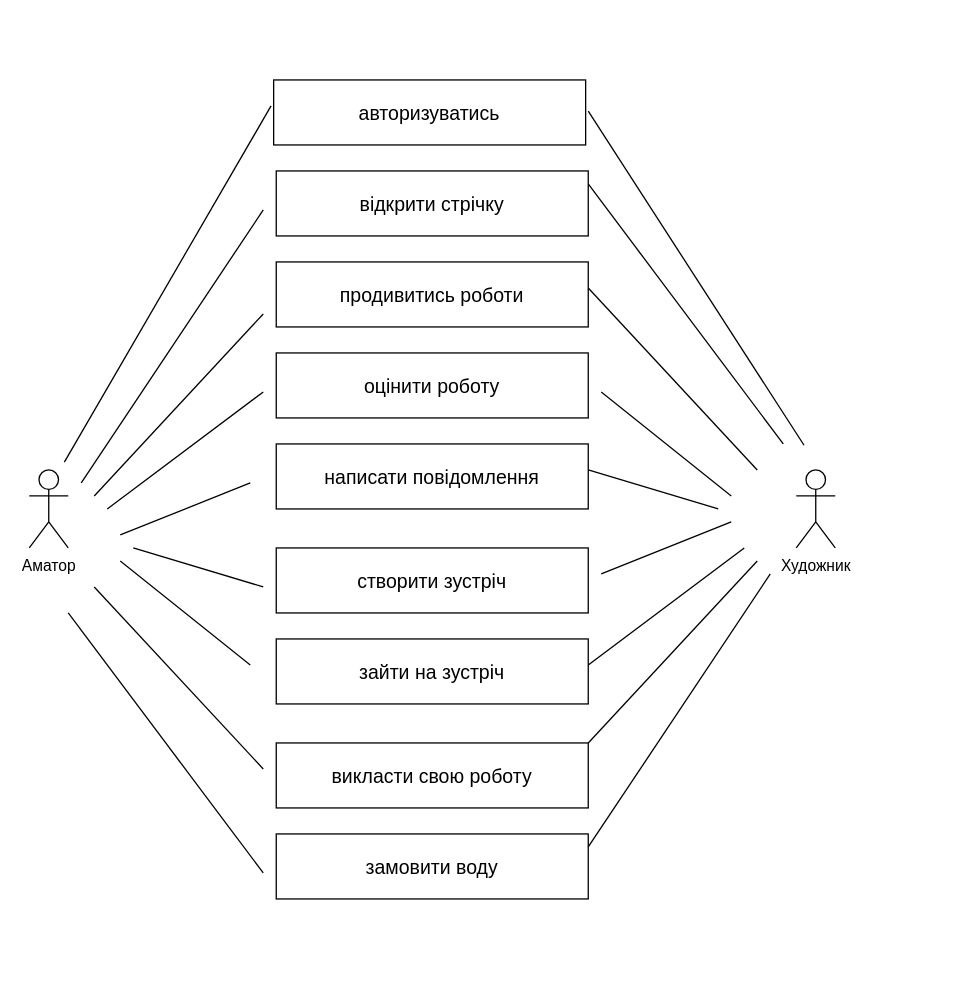
Before: 1-SoftwareRequirements/1.3-SoftwareUserRequirements/1.3.3-UseCaseDiagram/UseCaseDiagram.drawio in oleksandrblazhko/ai-216-asetyanov, a draw.io diagram. Source tidied: cells renumbered, new cells numbered last; positions are measured from the earlier drawing's top-left corner, leaving out a move shared by most shapes. Both pictures are drawn from the tidied source at 130%, with x=0, y=0 at pixel (29, 79).
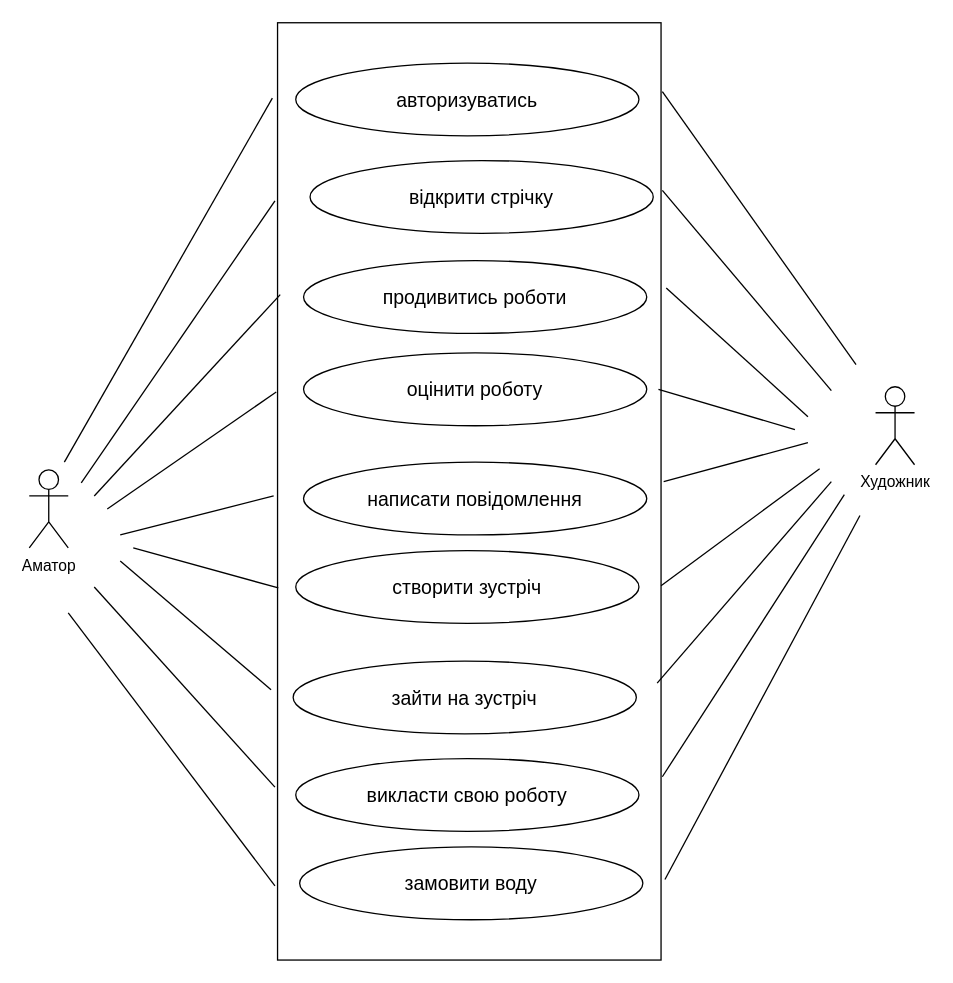
The same diagram, later.

The edit, as a diff of the source:
```diff
@@
+    <mxCell id="32" style="rounded=0;whiteSpace=wrap;html=1;" parent="1" vertex="1">
+      <mxGeometry x="191" y="-44" width="295" height="721" as="geometry" />
+    </mxCell>
@@
     <mxCell id="3" value="Художник&lt;br&gt;" style="shape=umlActor;verticalLabelPosition=bottom;verticalAlign=top;html=1;" parent="1" vertex="1">
-      <mxGeometry x="590" y="300" width="30" height="60" as="geometry" />
+      <mxGeometry x="651" y="236" width="30" height="60" as="geometry" />
     </mxCell>
-    <mxCell id="4" value="відкрити стрічку" style="rounded=0;whiteSpace=wrap;html=1;fontSize=15;" parent="1" vertex="1">
-      <mxGeometry x="190" y="70" width="240" height="50" as="geometry" />
-    </mxCell>
-    <mxCell id="5" value="продивитись роботи" style="rounded=0;whiteSpace=wrap;html=1;fontSize=15;" parent="1" vertex="1">
-      <mxGeometry x="190" y="140" width="240" height="50" as="geometry" />
-    </mxCell>
-    <mxCell id="6" value="оцінити роботу" style="rounded=0;whiteSpace=wrap;html=1;fontSize=15;" parent="1" vertex="1">
-      <mxGeometry x="190" y="210" width="240" height="50" as="geometry" />
-    </mxCell>
-    <mxCell id="7" value="зайти на зустріч" style="rounded=0;whiteSpace=wrap;html=1;fontSize=15;" parent="1" vertex="1">
-      <mxGeometry x="190" y="430" width="240" height="50" as="geometry" />
-    </mxCell>
-    <mxCell id="8" value="написати повідомлення" style="rounded=0;whiteSpace=wrap;html=1;fontSize=15;" parent="1" vertex="1">
-      <mxGeometry x="190" y="280" width="240" height="50" as="geometry" />
-    </mxCell>
-    <mxCell id="9" value="замовити воду" style="rounded=0;whiteSpace=wrap;html=1;fontSize=15;" parent="1" vertex="1">
-      <mxGeometry x="190" y="580" width="240" height="50" as="geometry" />
-    </mxCell>
-    <mxCell id="10" value="викласти свою роботу" style="rounded=0;whiteSpace=wrap;html=1;fontSize=15;" parent="1" vertex="1">
-      <mxGeometry x="190" y="510" width="240" height="50" as="geometry" />
-    </mxCell>
-    <mxCell id="11" value="створити зустріч" style="rounded=0;whiteSpace=wrap;html=1;fontSize=15;" parent="1" vertex="1">
-      <mxGeometry x="190" y="360" width="240" height="50" as="geometry" />
-    </mxCell>
     <mxCell id="12" style="endArrow=none;html=1;rounded=0;fontSize=15;" parent="1" edge="1">
       <mxGeometry relative="1" as="geometry">
         <mxPoint x="40" y="310" as="sourcePoint" />
-        <mxPoint x="180" y="100" as="targetPoint" />
+        <mxPoint x="189" y="93" as="targetPoint" />
       </mxGeometry>
     </mxCell>
-    <mxCell id="13" style="endArrow=none;html=1;rounded=0;fontSize=15;" parent="1" edge="1">
+    <mxCell id="13" style="endArrow=none;html=1;rounded=0;fontSize=15;entryX=0.007;entryY=0.29;entryDx=0;entryDy=0;entryPerimeter=0;" parent="1" edge="1" target="32">
       <mxGeometry relative="1" as="geometry">
         <mxPoint x="50" y="320" as="sourcePoint" />
-        <mxPoint x="180" y="180" as="targetPoint" />
       </mxGeometry>
     </mxCell>
     <mxCell id="14" style="endArrow=none;html=1;rounded=0;fontSize=15;" parent="1" edge="1">
       <mxGeometry relative="1" as="geometry">
         <mxPoint x="60" y="330" as="sourcePoint" />
-        <mxPoint x="180" y="240" as="targetPoint" />
+        <mxPoint x="190" y="240" as="targetPoint" />
       </mxGeometry>
     </mxCell>
     <mxCell id="15" style="endArrow=none;html=1;rounded=0;fontSize=15;" parent="1" edge="1">
       <mxGeometry relative="1" as="geometry">
         <mxPoint x="70" y="350" as="sourcePoint" />
-        <mxPoint x="170" y="310" as="targetPoint" />
+        <mxPoint x="188" y="320" as="targetPoint" />
       </mxGeometry>
     </mxCell>
     <mxCell id="16" style="endArrow=none;html=1;rounded=0;fontSize=15;" parent="1" edge="1">
       <mxGeometry relative="1" as="geometry">
-        <mxPoint x="180" y="610" as="sourcePoint" />
+        <mxPoint x="189" y="620" as="sourcePoint" />
         <mxPoint x="30" y="410" as="targetPoint" />
       </mxGeometry>
     </mxCell>
-    <mxCell id="17" style="endArrow=none;html=1;rounded=0;fontSize=15;" parent="1" edge="1">
+    <mxCell id="17" style="endArrow=none;html=1;rounded=0;fontSize=15;entryX=0.002;entryY=0.603;entryDx=0;entryDy=0;entryPerimeter=0;" parent="1" edge="1" target="32">
       <mxGeometry relative="1" as="geometry">
         <mxPoint x="80" y="360" as="sourcePoint" />
-        <mxPoint x="180" y="390" as="targetPoint" />
       </mxGeometry>
     </mxCell>
     <mxCell id="18" style="endArrow=none;html=1;rounded=0;fontSize=15;" parent="1" edge="1">
       <mxGeometry relative="1" as="geometry">
         <mxPoint x="70" y="370" as="sourcePoint" />
-        <mxPoint x="170" y="450" as="targetPoint" />
+        <mxPoint x="186" y="469" as="targetPoint" />
       </mxGeometry>
     </mxCell>
     <mxCell id="19" style="endArrow=none;html=1;rounded=0;fontSize=15;" parent="1" edge="1">
       <mxGeometry relative="1" as="geometry">
-        <mxPoint x="180" y="530" as="sourcePoint" />
+        <mxPoint x="189" y="544" as="sourcePoint" />
         <mxPoint x="50" y="390" as="targetPoint" />
       </mxGeometry>
     </mxCell>
-    <mxCell id="20" style="group;rotation=-180;" parent="1" vertex="1">
-      <mxGeometry x="430" y="80" width="150" height="510" as="geometry" />
-    </mxCell>
-    <mxCell id="21" style="endArrow=none;html=1;rounded=0;fontSize=15;" parent="20" edge="1">
-      <mxGeometry relative="1" as="geometry">
-        <mxPoint x="140" y="300" as="sourcePoint" />
-        <mxPoint y="510" as="targetPoint" />
-      </mxGeometry>
-    </mxCell>
-    <mxCell id="22" style="endArrow=none;html=1;rounded=0;fontSize=15;" parent="20" edge="1">
-      <mxGeometry relative="1" as="geometry">
-        <mxPoint x="130" y="290" as="sourcePoint" />
-        <mxPoint y="430" as="targetPoint" />
-      </mxGeometry>
-    </mxCell>
-    <mxCell id="23" style="endArrow=none;html=1;rounded=0;fontSize=15;" parent="20" edge="1">
-      <mxGeometry relative="1" as="geometry">
-        <mxPoint x="120" y="280" as="sourcePoint" />
-        <mxPoint y="370" as="targetPoint" />
-      </mxGeometry>
-    </mxCell>
-    <mxCell id="24" style="endArrow=none;html=1;rounded=0;fontSize=15;" parent="20" edge="1">
-      <mxGeometry relative="1" as="geometry">
-        <mxPoint x="110" y="260" as="sourcePoint" />
-        <mxPoint x="10" y="300" as="targetPoint" />
-      </mxGeometry>
-    </mxCell>
-    <mxCell id="25" style="endArrow=none;html=1;rounded=0;fontSize=15;" parent="20" edge="1">
-      <mxGeometry relative="1" as="geometry">
-        <mxPoint as="sourcePoint" />
-        <mxPoint x="150" y="200" as="targetPoint" />
-      </mxGeometry>
-    </mxCell>
-    <mxCell id="26" style="endArrow=none;html=1;rounded=0;fontSize=15;" parent="20" edge="1">
-      <mxGeometry relative="1" as="geometry">
-        <mxPoint x="100" y="250" as="sourcePoint" />
-        <mxPoint y="220" as="targetPoint" />
-      </mxGeometry>
-    </mxCell>
-    <mxCell id="27" style="endArrow=none;html=1;rounded=0;fontSize=15;" parent="20" edge="1">
-      <mxGeometry relative="1" as="geometry">
-        <mxPoint x="110" y="240" as="sourcePoint" />
-        <mxPoint x="10" y="160" as="targetPoint" />
-      </mxGeometry>
-    </mxCell>
-    <mxCell id="28" style="endArrow=none;html=1;rounded=0;fontSize=15;" parent="20" edge="1">
-      <mxGeometry relative="1" as="geometry">
-        <mxPoint y="80" as="sourcePoint" />
-        <mxPoint x="130" y="220" as="targetPoint" />
-      </mxGeometry>
-    </mxCell>
+    <mxCell id="30" style="endArrow=none;html=1;rounded=0;fontSize=15;" parent="1" edge="1">
+      <mxGeometry relative="1" as="geometry">
+        <mxPoint x="27" y="294" as="sourcePoint" />
+        <mxPoint x="187" y="14" as="targetPoint" />
+      </mxGeometry>
+    </mxCell>
-    <mxCell id="29" value="авторизуватись&lt;br&gt;" style="rounded=0;whiteSpace=wrap;html=1;fontSize=15;" parent="1" vertex="1">
-      <mxGeometry x="188" width="240" height="50" as="geometry" />
+    <mxCell id="29" value="&lt;span style=&quot;font-size: 15px&quot;&gt;авторизуватись&lt;/span&gt;" style="ellipse;whiteSpace=wrap;html=1;" parent="1" vertex="1">
+      <mxGeometry x="205" y="-13" width="264" height="56" as="geometry" />
     </mxCell>
-    <mxCell id="30" style="endArrow=none;html=1;rounded=0;fontSize=15;" parent="1" edge="1">
-      <mxGeometry relative="1" as="geometry">
-        <mxPoint x="27" y="294" as="sourcePoint" />
-        <mxPoint x="186" y="20" as="targetPoint" />
-      </mxGeometry>
-    </mxCell>
-    <mxCell id="31" style="endArrow=none;html=1;rounded=0;fontSize=15;" parent="1" edge="1">
-      <mxGeometry relative="1" as="geometry">
-        <mxPoint x="596" y="281" as="sourcePoint" />
-        <mxPoint x="430" y="24" as="targetPoint" />
-      </mxGeometry>
-    </mxCell>
+    <mxCell id="4" value="&lt;span style=&quot;font-size: 15px&quot;&gt;відкрити стрічку&lt;/span&gt;" style="ellipse;whiteSpace=wrap;html=1;" parent="1" vertex="1">
+      <mxGeometry x="216" y="62" width="264" height="56" as="geometry" />
+    </mxCell>
+    <mxCell id="5" value="&lt;span style=&quot;font-size: 15px&quot;&gt;продивитись роботи&lt;/span&gt;" style="ellipse;whiteSpace=wrap;html=1;" parent="1" vertex="1">
+      <mxGeometry x="211" y="139" width="264" height="56" as="geometry" />
+    </mxCell>
+    <mxCell id="6" value="&lt;span style=&quot;font-size: 15px&quot;&gt;оцінити роботу&lt;/span&gt;" style="ellipse;whiteSpace=wrap;html=1;" parent="1" vertex="1">
+      <mxGeometry x="211" y="210" width="264" height="56" as="geometry" />
+    </mxCell>
+    <mxCell id="8" value="&lt;span style=&quot;font-size: 15px&quot;&gt;написати повідомлення&lt;/span&gt;" style="ellipse;whiteSpace=wrap;html=1;" parent="1" vertex="1">
+      <mxGeometry x="211" y="294" width="264" height="56" as="geometry" />
+    </mxCell>
+    <mxCell id="11" value="&lt;span style=&quot;font-size: 15px&quot;&gt;створити зустріч&lt;/span&gt;" style="ellipse;whiteSpace=wrap;html=1;" parent="1" vertex="1">
+      <mxGeometry x="205" y="362" width="264" height="56" as="geometry" />
+    </mxCell>
+    <mxCell id="7" value="&lt;span style=&quot;font-size: 15px&quot;&gt;зайти на зустріч&lt;/span&gt;" style="ellipse;whiteSpace=wrap;html=1;" parent="1" vertex="1">
+      <mxGeometry x="203" y="447" width="264" height="56" as="geometry" />
+    </mxCell>
+    <mxCell id="10" value="&lt;span style=&quot;font-size: 15px&quot;&gt;викласти свою роботу&lt;/span&gt;" style="ellipse;whiteSpace=wrap;html=1;" parent="1" vertex="1">
+      <mxGeometry x="205" y="522" width="264" height="56" as="geometry" />
+    </mxCell>
+    <mxCell id="9" value="&lt;span style=&quot;font-size: 15px&quot;&gt;замовити воду&lt;/span&gt;" style="ellipse;whiteSpace=wrap;html=1;" parent="1" vertex="1">
+      <mxGeometry x="208" y="590" width="264" height="56" as="geometry" />
+    </mxCell>
+    <mxCell id="33" style="edgeStyle=orthogonalEdgeStyle;rounded=0;orthogonalLoop=1;jettySize=auto;html=1;exitX=0.5;exitY=1;exitDx=0;exitDy=0;" parent="1" edge="1" source="6" target="6">
+      <mxGeometry relative="1" as="geometry" />
+    </mxCell>
+    <mxCell id="34" style="group;rotation=-180;" parent="1" vertex="1">
+      <mxGeometry x="483" y="9" width="156" height="606" as="geometry" />
+    </mxCell>
+    <mxCell id="35" style="endArrow=none;html=1;rounded=0;fontSize=15;" parent="34" edge="1">
+      <mxGeometry relative="1" as="geometry">
+        <mxPoint x="144" y="310" as="sourcePoint" />
+        <mxPoint x="4" y="527" as="targetPoint" />
+      </mxGeometry>
+    </mxCell>
+    <mxCell id="36" style="endArrow=none;html=1;rounded=0;fontSize=15;entryX=0.007;entryY=0.29;entryDx=0;entryDy=0;entryPerimeter=0;" parent="34" edge="1">
+      <mxGeometry relative="1" as="geometry">
+        <mxPoint x="134" y="300" as="sourcePoint" />
+        <mxPoint y="455" as="targetPoint" />
+      </mxGeometry>
+    </mxCell>
+    <mxCell id="37" style="endArrow=none;html=1;rounded=0;fontSize=15;" parent="34" edge="1">
+      <mxGeometry relative="1" as="geometry">
+        <mxPoint x="125" y="290" as="sourcePoint" />
+        <mxPoint x="3" y="380" as="targetPoint" />
+      </mxGeometry>
+    </mxCell>
+    <mxCell id="38" style="endArrow=none;html=1;rounded=0;fontSize=15;" parent="34" edge="1">
+      <mxGeometry relative="1" as="geometry">
+        <mxPoint x="116" y="270" as="sourcePoint" />
+        <mxPoint x="5" y="300" as="targetPoint" />
+      </mxGeometry>
+    </mxCell>
+    <mxCell id="39" style="endArrow=none;html=1;rounded=0;fontSize=15;" parent="34" edge="1">
+      <mxGeometry relative="1" as="geometry">
+        <mxPoint x="4" as="sourcePoint" />
+        <mxPoint x="153" y="210" as="targetPoint" />
+      </mxGeometry>
+    </mxCell>
+    <mxCell id="40" style="endArrow=none;html=1;rounded=0;fontSize=15;entryX=0.002;entryY=0.603;entryDx=0;entryDy=0;entryPerimeter=0;" parent="34" edge="1">
+      <mxGeometry relative="1" as="geometry">
+        <mxPoint x="106" y="260" as="sourcePoint" />
+        <mxPoint x="1" y="229" as="targetPoint" />
+      </mxGeometry>
+    </mxCell>
+    <mxCell id="41" style="endArrow=none;html=1;rounded=0;fontSize=15;" parent="34" edge="1">
+      <mxGeometry relative="1" as="geometry">
+        <mxPoint x="116" y="250" as="sourcePoint" />
+        <mxPoint x="7" y="151" as="targetPoint" />
+      </mxGeometry>
+    </mxCell>
+    <mxCell id="42" style="endArrow=none;html=1;rounded=0;fontSize=15;" parent="34" edge="1">
+      <mxGeometry relative="1" as="geometry">
+        <mxPoint x="4" y="76" as="sourcePoint" />
+        <mxPoint x="134" y="230" as="targetPoint" />
+      </mxGeometry>
+    </mxCell>
+    <mxCell id="43" style="endArrow=none;html=1;rounded=0;fontSize=15;" parent="34" edge="1">
+      <mxGeometry relative="1" as="geometry">
+        <mxPoint x="156" y="326" as="sourcePoint" />
+        <mxPoint x="6" y="606" as="targetPoint" />
+      </mxGeometry>
+    </mxCell>
```
